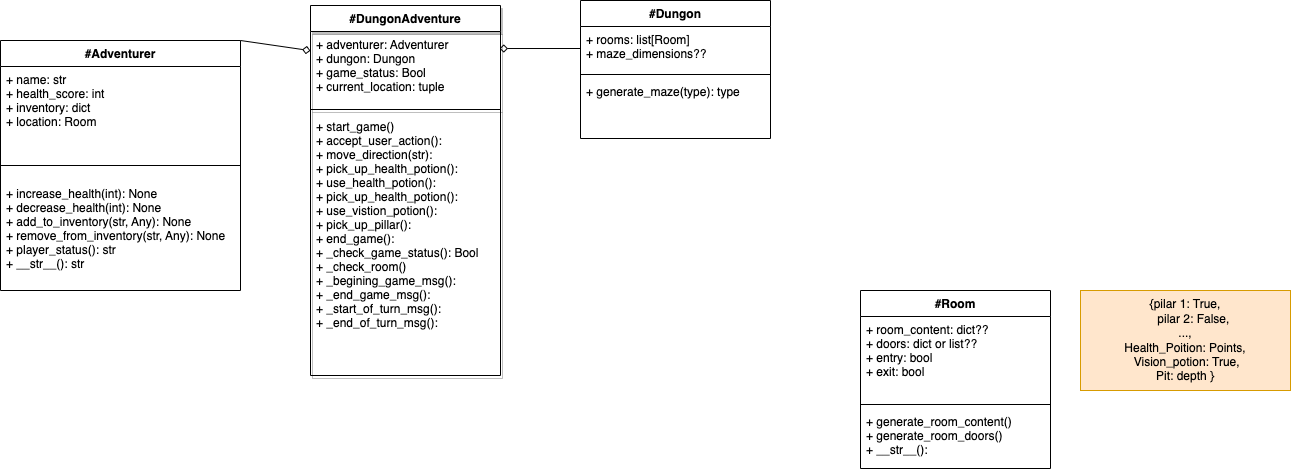
The draw.io diagram doc/class_uml_diagram.drawio.png in warlicks/dungon-adventrue, before a commit. Source tidied: cells renumbered, new cells last; positions are measured from the earlier drawing's top-left corner, leaving out a move shared by most shapes.
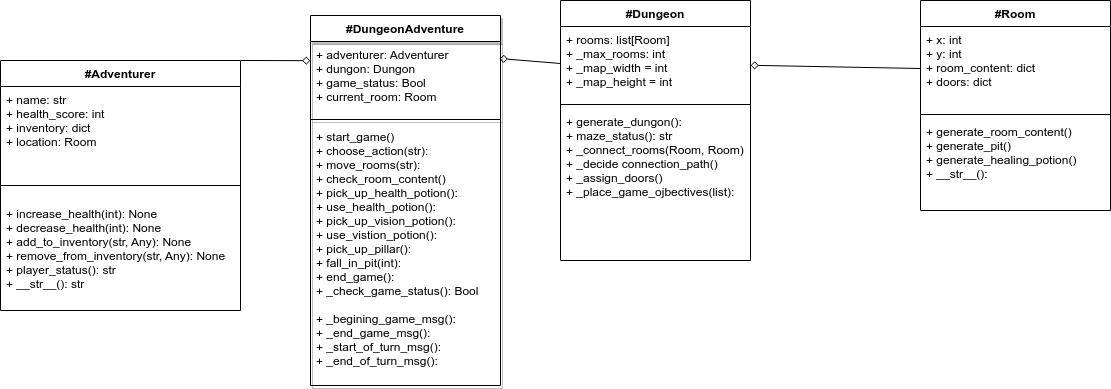
Later version of the same file.

What changed in the source:
```diff
@@ -6,7 +6,7 @@
       <mxGeometry relative="1" as="geometry" />
     </mxCell>
     <mxCell id="3" value="#Adventurer" style="swimlane;fontStyle=1;align=center;verticalAlign=top;horizontal=1;startSize=26;rounded=0;" parent="1" vertex="1">
-      <mxGeometry y="40" width="240" height="250" as="geometry" />
+      <mxGeometry y="50" width="240" height="250" as="geometry" />
     </mxCell>
     <mxCell id="4" value="+ name: str&#10;+ health_score: int&#10;+ inventory: dict&#10;+ location: Room " style="text;strokeColor=none;fillColor=none;align=left;verticalAlign=top;spacingLeft=4;spacingRight=4;overflow=hidden;fontStyle=0;shadow=1;rounded=0;" parent="3" vertex="1">
       <mxGeometry y="26" width="240" height="84" as="geometry" />
@@ -17,47 +17,47 @@
     <mxCell id="6" value="+ increase_health(int): None&#10;+ decrease_health(int): None&#10;+ add_to_inventory(str, Any): None&#10;+ remove_from_inventory(str, Any): None&#10;+ player_status(): str&#10;+ __str__(): str&#10;" style="text;strokeColor=none;fillColor=none;align=left;verticalAlign=top;spacingLeft=4;spacingRight=4;overflow=hidden;rounded=0;" parent="3" vertex="1">
       <mxGeometry y="140" width="240" height="110" as="geometry" />
     </mxCell>
-    <mxCell id="7" value="#DungonAdventure" style="swimlane;fontStyle=1;align=center;verticalAlign=top;horizontal=1;startSize=26;shadow=1;rounded=0;" parent="1" vertex="1">
+    <mxCell id="7" value="#DungeonAdventure" style="swimlane;fontStyle=1;align=center;verticalAlign=top;horizontal=1;startSize=26;shadow=1;rounded=0;" parent="1" vertex="1">
       <mxGeometry x="310" y="5" width="190" height="370" as="geometry" />
     </mxCell>
-    <mxCell id="8" value="+ adventurer: Adventurer&#10;+ dungon: Dungon&#10;+ game_status: Bool&#10;+ current_location: tuple" style="text;strokeColor=none;fillColor=none;align=left;verticalAlign=top;spacingLeft=4;spacingRight=4;overflow=hidden;points=[[0,0.5],[1,0.5]];portConstraint=eastwest;shadow=1;rounded=0;" parent="7" vertex="1">
+    <mxCell id="8" value="+ adventurer: Adventurer&#10;+ dungon: Dungon&#10;+ game_status: Bool&#10;+ current_room: Room" style="text;strokeColor=none;fillColor=none;align=left;verticalAlign=top;spacingLeft=4;spacingRight=4;overflow=hidden;points=[[0,0.5],[1,0.5]];portConstraint=eastwest;shadow=1;rounded=0;" parent="7" vertex="1">
       <mxGeometry y="26" width="190" height="74" as="geometry" />
     </mxCell>
     <mxCell id="9" style="line;strokeWidth=1;fillColor=none;align=left;verticalAlign=middle;spacingTop=-1;spacingLeft=3;spacingRight=3;labelPosition=right;strokeColor=inherit;shadow=1;rounded=0;" parent="7" vertex="1">
       <mxGeometry y="100" width="190" height="8" as="geometry" />
     </mxCell>
-    <mxCell id="10" value="+ start_game()&#10;+ accept_user_action():&#10;+ move_direction(str):&#10;+ pick_up_health_potion():&#10;+ use_health_potion():&#10;+ pick_up_health_potion():&#10;+ use_vistion_potion():&#10;+ pick_up_pillar():&#10;+ end_game():  &#10;+ _check_game_status(): Bool&#10;+ _check_room()&#10;+ _begining_game_msg():&#10;+ _end_game_msg():&#10;+ _start_of_turn_msg():&#10;+ _end_of_turn_msg():&#10;&#10;&#10; " style="text;strokeColor=none;fillColor=none;align=left;verticalAlign=top;spacingLeft=4;spacingRight=4;overflow=hidden;shadow=1;rounded=0;" parent="7" vertex="1">
+    <mxCell id="10" value="+ start_game()&#10;+ choose_action(str):&#10;+ move_rooms(str):&#10;+ check_room_content()&#10;+ pick_up_health_potion():&#10;+ use_health_potion():&#10;+ pick_up_vision_potion():&#10;+ use_vistion_potion():&#10;+ pick_up_pillar():&#10;+ fall_in_pit(int):&#10;+ end_game():  &#10;+ _check_game_status(): Bool&#10;&#10;+ _begining_game_msg():&#10;+ _end_game_msg():&#10;+ _start_of_turn_msg():&#10;+ _end_of_turn_msg():&#10;&#10;&#10; " style="text;strokeColor=none;fillColor=none;align=left;verticalAlign=top;spacingLeft=4;spacingRight=4;overflow=hidden;shadow=1;rounded=0;" parent="7" vertex="1">
       <mxGeometry y="108" width="190" height="262" as="geometry" />
     </mxCell>
-    <mxCell id="11" value="#Dungon" style="swimlane;fontStyle=1;align=center;verticalAlign=top;horizontal=1;startSize=26;" parent="1" vertex="1">
-      <mxGeometry x="580" width="190" height="138" as="geometry" />
+    <mxCell id="11" value="#Dungeon&#10;" style="swimlane;fontStyle=1;align=center;verticalAlign=top;horizontal=1;startSize=26;" parent="1" vertex="1">
+      <mxGeometry x="560" y="-10" width="190" height="260" as="geometry" />
     </mxCell>
-    <mxCell id="12" value="+ rooms: list[Room] &#10;+ maze_dimensions??" style="text;strokeColor=none;fillColor=none;align=left;verticalAlign=top;spacingLeft=4;spacingRight=4;overflow=hidden;points=[[0,0.5],[1,0.5]];portConstraint=eastwest;" parent="11" vertex="1">
-      <mxGeometry y="26" width="190" height="44" as="geometry" />
+    <mxCell id="12" value="+ rooms: list[Room] &#10;+ _max_rooms: int&#10;+ _map_width = int&#10;+ _map_height = int" style="text;strokeColor=none;fillColor=none;align=left;verticalAlign=top;spacingLeft=4;spacingRight=4;overflow=hidden;points=[[0,0.5],[1,0.5]];portConstraint=eastwest;" parent="11" vertex="1">
+      <mxGeometry y="26" width="190" height="74" as="geometry" />
     </mxCell>
     <mxCell id="13" style="line;strokeWidth=1;fillColor=none;align=left;verticalAlign=middle;spacingTop=-1;spacingLeft=3;spacingRight=3;labelPosition=right;strokeColor=inherit;" parent="11" vertex="1">
-      <mxGeometry y="70" width="190" height="8" as="geometry" />
+      <mxGeometry y="100" width="190" height="8" as="geometry" />
     </mxCell>
-    <mxCell id="14" value="+ generate_maze(type): type" style="text;strokeColor=none;fillColor=none;align=left;verticalAlign=top;spacingLeft=4;spacingRight=4;overflow=hidden;" parent="11" vertex="1">
-      <mxGeometry y="78" width="190" height="60" as="geometry" />
+    <mxCell id="14" value="+ generate_dungon():&#10;+ maze_status(): str&#10;+ _connect_rooms(Room, Room)&#10;+ _decide connection_path()&#10;+ _assign_doors()&#10;+ _place_game_ojbectives(list):" style="text;strokeColor=none;fillColor=none;align=left;verticalAlign=top;spacingLeft=4;spacingRight=4;overflow=hidden;" parent="11" vertex="1">
+      <mxGeometry y="108" width="190" height="152" as="geometry" />
     </mxCell>
     <mxCell id="15" style="edgeStyle=none;html=1;exitX=0;exitY=0.5;exitDx=0;exitDy=0;entryX=0.995;entryY=0.23;entryDx=0;entryDy=0;entryPerimeter=0;endArrow=diamond;endFill=0;" parent="1" edge="1" source="12" target="8">
       <mxGeometry relative="1" as="geometry" />
     </mxCell>
     <mxCell id="16" value="#Room" style="swimlane;fontStyle=1;align=center;verticalAlign=top;horizontal=1;startSize=26;" parent="1" vertex="1">
-      <mxGeometry x="860" y="290" width="190" height="178" as="geometry" />
+      <mxGeometry x="920" y="-10" width="190" height="210" as="geometry" />
     </mxCell>
-    <mxCell id="17" value="+ room_content: dict??&#10;+ doors: dict or list??&#10;+ entry: bool&#10;+ exit: bool" style="text;strokeColor=none;fillColor=none;align=left;verticalAlign=top;spacingLeft=4;spacingRight=4;overflow=hidden;points=[[0,0.5],[1,0.5]];portConstraint=eastwest;" parent="16" vertex="1">
+    <mxCell id="17" value="+ x: int&#10;+ y: int&#10;+ room_content: dict&#10;+ doors: dict&#10;&#10;" style="text;strokeColor=none;fillColor=none;align=left;verticalAlign=top;spacingLeft=4;spacingRight=4;overflow=hidden;points=[[0,0.5],[1,0.5]];portConstraint=eastwest;" parent="16" vertex="1">
       <mxGeometry y="26" width="190" height="84" as="geometry" />
     </mxCell>
     <mxCell id="18" style="line;strokeWidth=1;fillColor=none;align=left;verticalAlign=middle;spacingTop=-1;spacingLeft=3;spacingRight=3;labelPosition=right;strokeColor=inherit;" parent="16" vertex="1">
       <mxGeometry y="110" width="190" height="8" as="geometry" />
     </mxCell>
-    <mxCell id="19" value="+ generate_room_content()&#10;+ generate_room_doors()&#10;+ __str__():" style="text;strokeColor=none;fillColor=none;align=left;verticalAlign=top;spacingLeft=4;spacingRight=4;overflow=hidden;" parent="16" vertex="1">
-      <mxGeometry y="118" width="190" height="60" as="geometry" />
+    <mxCell id="19" value="+ generate_room_content()&#10;+ generate_pit()&#10;+ generate_healing_potion()&#10;+ __str__():&#10;" style="text;strokeColor=none;fillColor=none;align=left;verticalAlign=top;spacingLeft=4;spacingRight=4;overflow=hidden;" parent="16" vertex="1">
+      <mxGeometry y="118" width="190" height="92" as="geometry" />
     </mxCell>
-    <mxCell id="20" value="{pilar 1: True,&lt;br&gt;&amp;nbsp; &amp;nbsp; &amp;nbsp;pilar 2: False, &lt;br&gt;..., &lt;br&gt;Health_Poition: Points,&lt;br&gt;&amp;nbsp;Vision_potion: True, &lt;br&gt;Pit: depth }" style="text;html=1;strokeColor=#d79b00;fillColor=#ffe6cc;align=center;verticalAlign=middle;whiteSpace=wrap;rounded=0;" parent="1" vertex="1">
-      <mxGeometry x="1080" y="290" width="210" height="100" as="geometry" />
-    </mxCell>
+    <mxCell id="21" style="edgeStyle=none;html=1;exitX=0;exitY=0.5;exitDx=0;exitDy=0;endArrow=diamond;endFill=0;" parent="1" edge="1" source="17" target="12">
+      <mxGeometry relative="1" as="geometry" />
+    </mxCell>
   </root>
 </mxGraphModel>
```
